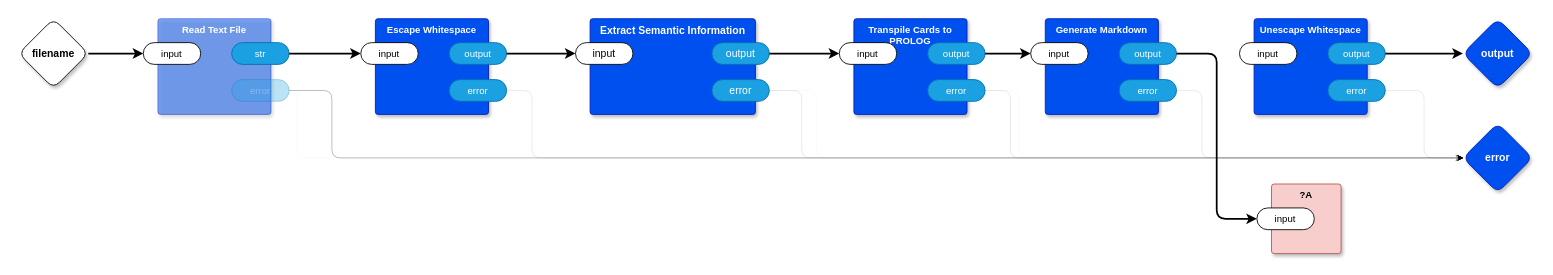
Above: page "main" (1 of 7) of src/top.drawio in guitarvydas/kinopio2md (draw.io), before the change. Source tidied: cells renumbered, new cells numbered last; positions are measured from the earlier drawing's top-left corner, leaving out a move shared by most shapes. Both pictures are drawn from the tidied source at 87%, with x=0, y=0 at pixel (18, 18).
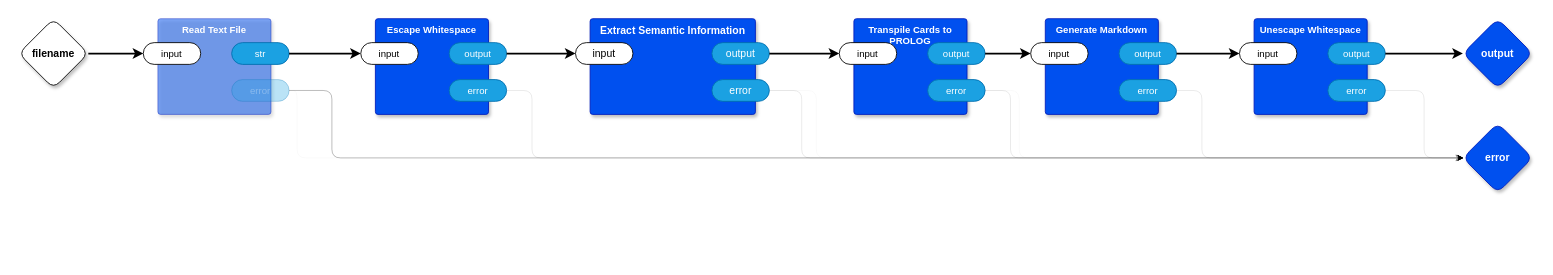
The same page after the edit.

Unchanged cells that the change refers to:
```xml
<mxCell id="23" value="output" style="rounded=1;whiteSpace=wrap;html=1;sketch=0;points=[[0,0.5,0,0,0],[1,0.5,0,0,0]];fillColor=#1ba1e2;fontColor=#ffffff;strokeColor=#006EAF;arcSize=50;fontFamily=Helvetica;fontSize=11;" parent="21" vertex="1">
  <mxGeometry x="84.8" y="27.5" width="66" height="25" as="geometry" />
</mxCell>
<mxCell id="35" value="input" style="rounded=1;whiteSpace=wrap;html=1;sketch=0;points=[[0,0.5,0,0,0],[1,0.5,0,0,0]];arcSize=50;fontFamily=Helvetica;fontSize=11;fontColor=default;" parent="34" vertex="1">
  <mxGeometry x="-16.8" y="27.5" width="66" height="25" as="geometry" />
</mxCell>
```

Change to the diagram source:
```diff
@@
-    <mxCell id="25" style="edgeStyle=orthogonalEdgeStyle;shape=connector;rounded=1;jettySize=auto;html=1;exitX=1;exitY=0.5;exitDx=0;exitDy=0;exitPerimeter=0;entryX=0;entryY=0.5;entryDx=0;entryDy=0;entryPerimeter=0;labelBackgroundColor=default;strokeColor=default;fontFamily=Helvetica;fontSize=11;fontColor=default;endArrow=classic;strokeWidth=2;" parent="1" edge="1" source="23" target="46">
+    <mxCell id="25" style="edgeStyle=orthogonalEdgeStyle;shape=connector;rounded=1;jettySize=auto;html=1;exitX=1;exitY=0.5;exitDx=0;exitDy=0;exitPerimeter=0;entryX=0;entryY=0.5;entryDx=0;entryDy=0;entryPerimeter=0;labelBackgroundColor=default;strokeColor=default;fontFamily=Helvetica;fontSize=11;fontColor=default;endArrow=classic;strokeWidth=2;" parent="1" edge="1" source="23" target="35">
       <mxGeometry relative="1" as="geometry" />
     </mxCell>
@@
-    <mxCell id="45" value="?A" style="rounded=1;whiteSpace=wrap;html=1;sketch=0;verticalAlign=top;arcSize=6;fontStyle=1;absoluteArcSize=1;shadow=1;strokeColor=#b85450;fillColor=#f8cecc;fontFamily=Helvetica;fontSize=11;" parent="1" vertex="1">
-      <mxGeometry x="1440" y="190" width="80" height="80" as="geometry" />
-    </mxCell>
-    <mxCell id="46" value="input" style="rounded=1;whiteSpace=wrap;html=1;sketch=0;points=[[0,0.5,0,0,0],[1,0.5,0,0,0]];arcSize=50;fontFamily=Helvetica;fontSize=11;fontColor=default;" parent="45" vertex="1">
-      <mxGeometry x="-16.8" y="27.5" width="66" height="25" as="geometry" />
-    </mxCell>
```
